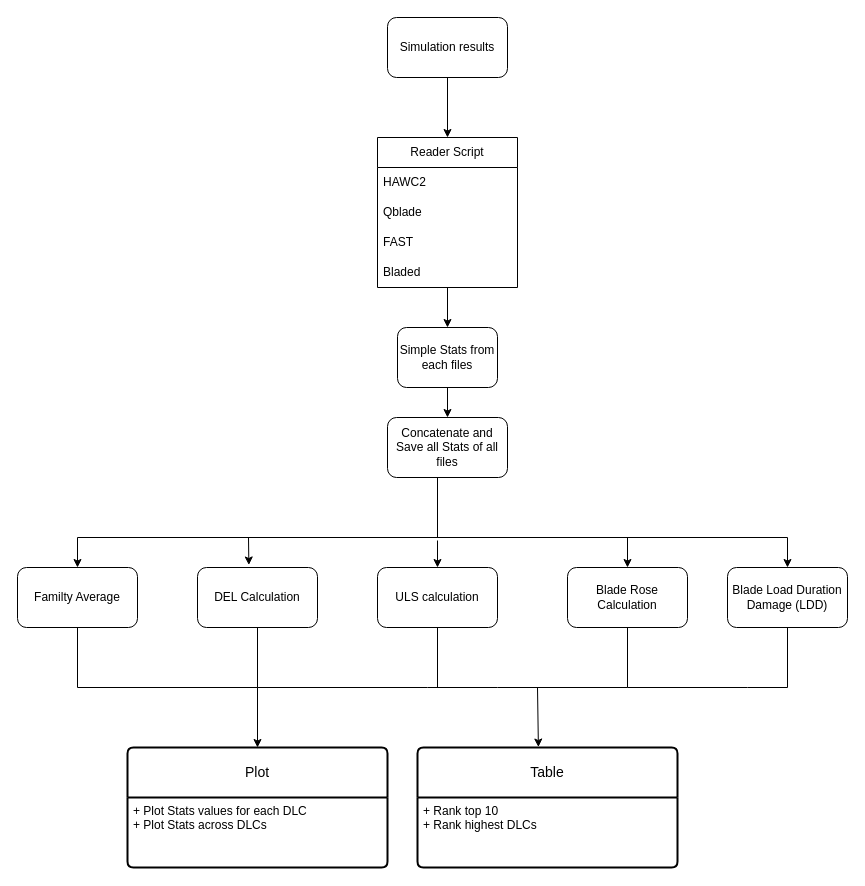
Before: docs/Load_Arena.drawio in arash7444/load-arena, a draw.io diagram. Source tidied: cells renumbered, new cells numbered last; positions are measured from the earlier drawing's top-left corner, leaving out a move shared by most shapes. Both pictures are drawn from the tidied source at 100%, with x=0, y=0 at pixel (17, 17).
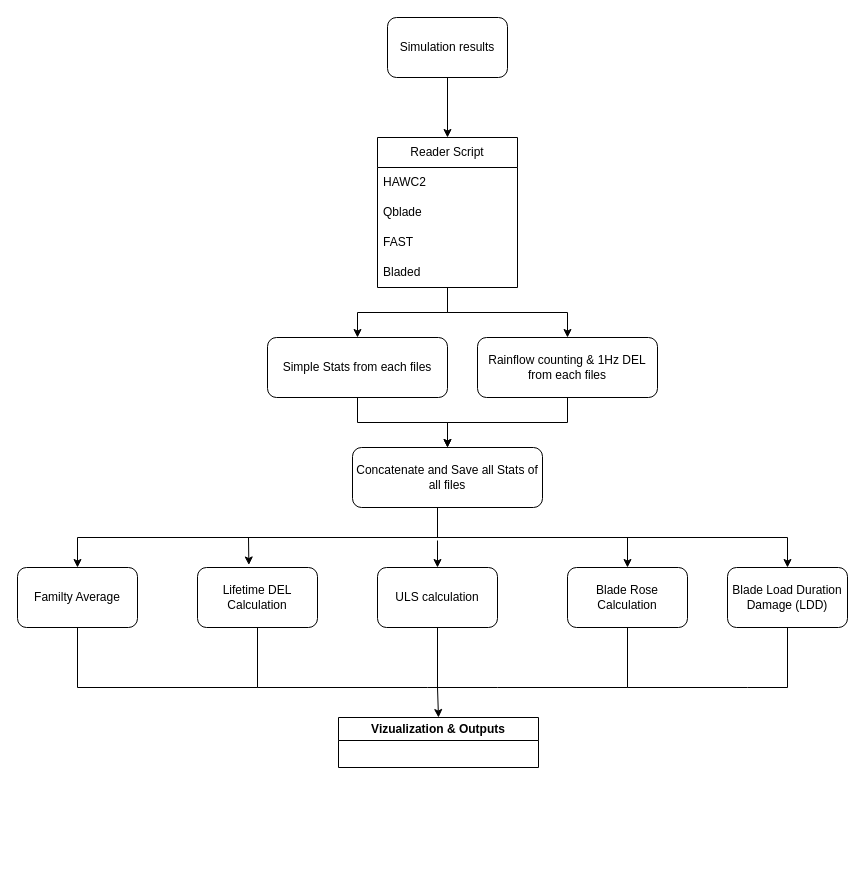
The same diagram, later.

Unchanged cells that the change refers to:
```xml
<mxCell id="17" value="Familty Average" style="rounded=1;whiteSpace=wrap;html=1;" parent="1" vertex="1">
  <mxGeometry y="550" width="120" height="60" as="geometry" />
</mxCell>
```

What changed in the source:
```diff
@@
     <mxCell id="10" value="Simple Stats from each files" style="rounded=1;whiteSpace=wrap;html=1;" parent="1" vertex="1">
-      <mxGeometry x="380" y="310" width="100" height="60" as="geometry" />
+      <mxGeometry x="250" y="320" width="180" height="60" as="geometry" />
     </mxCell>
@@
     <mxCell id="15" value="Concatenate and Save all Stats of all files" style="rounded=1;whiteSpace=wrap;html=1;" parent="1" vertex="1">
-      <mxGeometry x="370" y="400" width="120" height="60" as="geometry" />
+      <mxGeometry x="335" y="430" width="190" height="60" as="geometry" />
     </mxCell>
-    <mxCell id="16" style="edgeStyle=orthogonalEdgeStyle;rounded=0;jettySize=auto;html=1;exitX=0.5;exitY=1;exitDx=0;exitDy=0;" parent="1" edge="1" source="17" target="24">
-      <mxGeometry relative="1" as="geometry" />
-    </mxCell>
@@
-    <mxCell id="18" value="DEL Calculation" style="rounded=1;whiteSpace=wrap;html=1;" parent="1" vertex="1">
+    <mxCell id="18" value="Lifetime DEL Calculation" style="rounded=1;whiteSpace=wrap;html=1;" parent="1" vertex="1">
       <mxGeometry x="180" y="550" width="120" height="60" as="geometry" />
     </mxCell>
@@
-    <mxCell id="24" value="Plot" style="swimlane;horizontal=1;startSize=50;rounded=1;fontSize=14;fontStyle=0;strokeWidth=2;shadow=0;dashed=0;align=center;arcSize=4;whiteSpace=wrap;html=1;" parent="1" vertex="1">
-      <mxGeometry x="110" y="730" width="260" height="120" as="geometry" />
-    </mxCell>
-    <mxCell id="25" value="+ Plot Stats values for each DLC&lt;div&gt;+ Plot Stats across DLCs&lt;/div&gt;&lt;div&gt;&lt;br&gt;&lt;/div&gt;&lt;div&gt;&lt;br&gt;&lt;/div&gt;" style="align=left;strokeColor=none;fillColor=none;spacingLeft=4;spacingRight=4;fontSize=12;verticalAlign=top;html=1;whiteSpace=wrap;" parent="24" vertex="1">
-      <mxGeometry y="50" width="260" height="70" as="geometry" />
-    </mxCell>
-    <mxCell id="26" value="Table" style="swimlane;horizontal=1;startSize=50;rounded=1;fontSize=14;fontStyle=0;strokeWidth=2;shadow=0;dashed=0;align=center;arcSize=4;whiteSpace=wrap;html=1;" parent="1" vertex="1">
-      <mxGeometry x="400" y="730" width="260" height="120" as="geometry" />
-    </mxCell>
-    <mxCell id="27" value="+ Rank top 10&lt;div&gt;+ Rank highest DLCs&lt;/div&gt;" style="align=left;strokeColor=none;fillColor=none;spacingLeft=4;spacingRight=4;fontSize=12;verticalAlign=top;html=1;whiteSpace=wrap;" parent="26" vertex="1">
-      <mxGeometry y="50" width="260" height="70" as="geometry" />
-    </mxCell>
@@
-    <mxCell id="31" style="endArrow=none;html=1;entryX=0.5;entryY=1;entryDx=0;entryDy=0;" parent="1" edge="1" target="18">
+    <mxCell id="31" style="endArrow=none;html=1;entryX=0.5;entryY=1;entryDx=0;entryDy=0;startArrow=none;startFill=0;" parent="1" edge="1" target="18">
       <mxGeometry relative="1" as="geometry">
         <mxPoint x="240" y="670" as="sourcePoint" />
       </mxGeometry>
     </mxCell>
@@
-    <mxCell id="33" style="endArrow=classic;html=1;entryX=0.465;entryY=-0.004;entryDx=0;entryDy=0;entryPerimeter=0;" parent="1" edge="1" target="26">
+    <mxCell id="33" style="endArrow=classic;html=1;entryX=0.5;entryY=0;entryDx=0;entryDy=0;" parent="1" edge="1" target="41">
       <mxGeometry relative="1" as="geometry">
-        <mxPoint x="520" y="670" as="sourcePoint" />
+        <mxPoint x="420" y="670" as="sourcePoint" />
       </mxGeometry>
     </mxCell>
@@
+    <mxCell id="36" value="Rainflow counting &amp;amp; 1Hz DEL from each files" style="rounded=1;whiteSpace=wrap;html=1;" parent="1" vertex="1">
+      <mxGeometry x="460" y="320" width="180" height="60" as="geometry" />
+    </mxCell>
+    <mxCell id="37" style="edgeStyle=orthogonalEdgeStyle;rounded=0;jettySize=auto;html=1;exitX=0.5;exitY=1;exitDx=0;exitDy=0;entryX=0.5;entryY=0;entryDx=0;entryDy=0;" parent="1" edge="1" source="36" target="15">
+      <mxGeometry relative="1" as="geometry" />
+    </mxCell>
+    <mxCell id="38" style="edgeStyle=orthogonalEdgeStyle;rounded=0;jettySize=auto;html=1;entryX=0.5;entryY=0;entryDx=0;entryDy=0;" parent="1" edge="1" target="36">
+      <mxGeometry relative="1" as="geometry">
+        <mxPoint x="430" y="271" as="sourcePoint" />
+        <Array as="points">
+          <mxPoint x="430" y="271" />
+          <mxPoint x="430" y="295" />
+          <mxPoint x="550" y="295" />
+        </Array>
+      </mxGeometry>
+    </mxCell>
+    <mxCell id="39" style="endArrow=none;html=1;entryX=0.5;entryY=1;entryDx=0;entryDy=0;startArrow=none;startFill=0;" parent="1" edge="1" target="17">
+      <mxGeometry relative="1" as="geometry">
+        <mxPoint x="60" y="670" as="sourcePoint" />
+      </mxGeometry>
+    </mxCell>
+    <mxCell id="40" style="endArrow=none;html=1;rounded=0;" parent="1" edge="1">
+      <mxGeometry relative="1" as="geometry">
+        <mxPoint x="60" y="670" as="sourcePoint" />
+        <mxPoint x="240" y="670" as="targetPoint" />
+      </mxGeometry>
+    </mxCell>
+    <mxCell id="41" value="Vizualization &amp;amp; Outputs" style="swimlane;whiteSpace=wrap;html=1;" parent="1" vertex="1">
+      <mxGeometry x="321" y="700" width="200" height="50" as="geometry" />
+    </mxCell>
```
